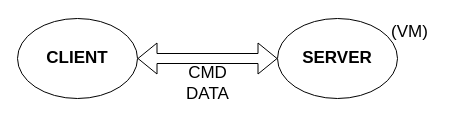
Earlier version of the draw.io diagram diagrams/architettura/1.drawio (ale99WGiais/tesina_iot). Source tidied: cells renumbered, new cells numbered last; positions are measured from the earlier drawing's top-left corner, leaving out a move shared by most shapes. Both pictures are drawn from the tidied source at 100%, with x=0, y=0 at pixel (17, 17).
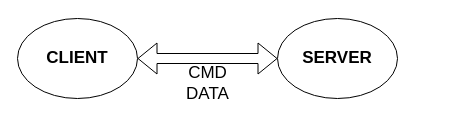
After the change.

What changed in the source:
```diff
@@
 <mxGraphModel>
   <root>
     <mxCell id="0" />
     <mxCell id="1" parent="0" />
     <mxCell id="2" value="CLIENT" style="ellipse;whiteSpace=wrap;html=1;fontStyle=1;fontSize=17;" parent="1" vertex="1">
       <mxGeometry y="1" width="120" height="80" as="geometry" />
     </mxCell>
     <mxCell id="3" value="SERVER" style="ellipse;whiteSpace=wrap;html=1;fontStyle=1;fontSize=17;" parent="1" vertex="1">
       <mxGeometry x="260" y="1" width="120" height="80" as="geometry" />
     </mxCell>
     <mxCell id="4" value="CMD&lt;br&gt;DATA" style="text;html=1;align=center;verticalAlign=middle;fontSize=17;" parent="1" vertex="1">
       <mxGeometry x="160" y="41" width="60" height="50" as="geometry" />
     </mxCell>
     <mxCell id="5" style="shape=flexArrow;endArrow=classic;startArrow=classic;html=1;fontSize=17;exitX=1;exitY=0.5;exitDx=0;exitDy=0;entryX=0;entryY=0.5;entryDx=0;entryDy=0;" parent="1" edge="1" source="2" target="3">
       <mxGeometry relative="1" as="geometry" />
     </mxCell>
-    <mxCell id="6" value="(VM)" style="text;html=1;align=center;verticalAlign=middle;fontSize=17;" parent="1" vertex="1">
-      <mxGeometry x="367" width="50" height="30" as="geometry" />
-    </mxCell>
   </root>
 </mxGraphModel>
```
